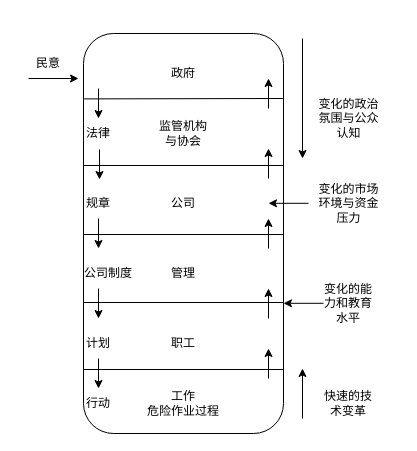
The draw.io diagram 风险管理框架.drawio in fangjiarong/docs, before the edit. Source tidied: cells renumbered, new cells numbered last; positions are measured from the earlier drawing's top-left corner, leaving out a move shared by most shapes. Both pictures are drawn from the tidied source at 100%, with x=0, y=0 at pixel (-17, 38).
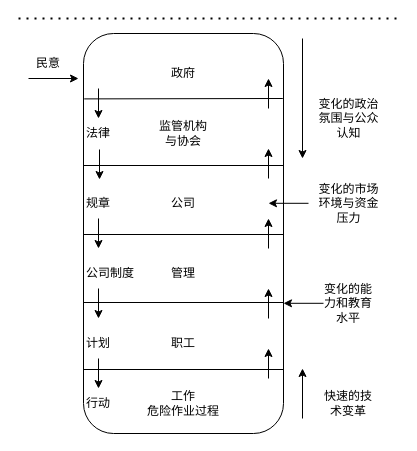
Above is the later version.

Commit message:
更新风险管理框架.drawio

Diff of the diagram source:
```diff
@@
     <mxCell id="28" value="公司制度" style="text;html=1;strokeColor=none;fillColor=none;align=center;verticalAlign=middle;whiteSpace=wrap;rounded=0;" parent="1" vertex="1">
-      <mxGeometry x="95" y="220" width="60" height="30" as="geometry" />
+      <mxGeometry x="97" y="220" width="60" height="30" as="geometry" />
     </mxCell>
@@
+    <mxCell id="39" style="endArrow=none;dashed=1;html=1;dashPattern=1 3;strokeWidth=2;rounded=0;" parent="1" edge="1">
+      <mxGeometry relative="1" as="geometry">
+        <mxPoint x="35" y="-20" as="sourcePoint" />
+        <mxPoint x="415" y="-20" as="targetPoint" />
+      </mxGeometry>
+    </mxCell>
```
